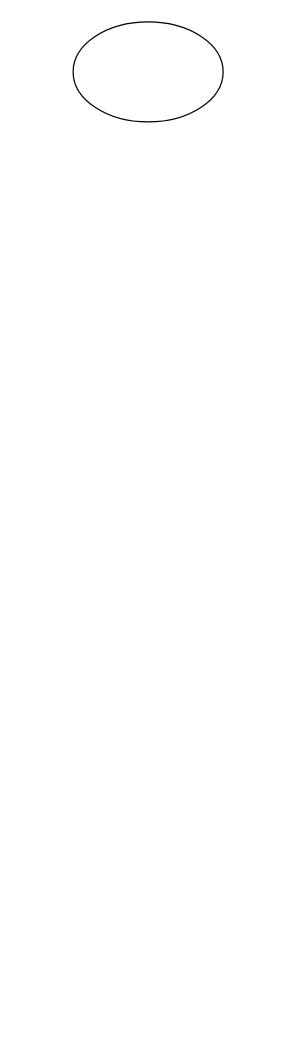
This is Diagrama sin título.drawio from Zapta123/Metodolog-a-de-la-programaci-n-, a draw.io file, before an edit. Source tidied: cells renumbered, new cells numbered last; positions are measured from the earlier drawing's top-left corner, leaving out a move shared by most shapes. Both pictures are drawn from the tidied source at 125%, with x=0, y=0 at pixel (72, 21).
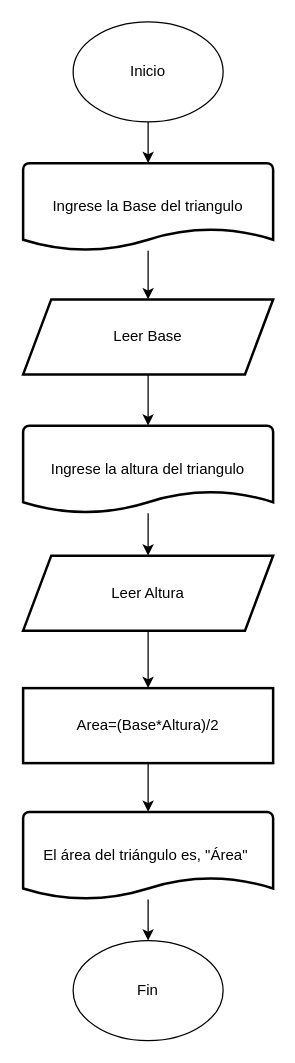
The same diagram, later.

Commit message (it also covers changes not shown here):
Ejercicio 1: Cálculo del área de un triángulo.drawio

Diff of the diagram source:
```diff
@@
 <mxGraphModel>
   <root>
     <mxCell id="0" />
     <mxCell id="1" parent="0" />
+    <mxCell id="3" style="edgeStyle=orthogonalEdgeStyle;rounded=0;jettySize=auto;html=1;" parent="1" edge="1" source="2" target="5">
+      <mxGeometry relative="1" as="geometry" />
+    </mxCell>
-    <mxCell id="2" style="ellipse;whiteSpace=wrap;html=1;" parent="1" vertex="1">
+    <mxCell id="2" value="Inicio" style="ellipse;whiteSpace=wrap;html=1;" parent="1" vertex="1">
       <mxGeometry width="120" height="80" as="geometry" />
     </mxCell>
+    <mxCell id="4" style="edgeStyle=orthogonalEdgeStyle;rounded=0;jettySize=auto;html=1;" parent="1" edge="1" source="5" target="7">
+      <mxGeometry relative="1" as="geometry" />
+    </mxCell>
+    <mxCell id="5" value="Ingrese la Base del triangulo" style="strokeWidth=2;html=1;shape=mxgraph.flowchart.document2;whiteSpace=wrap;size=0.25;" parent="1" vertex="1">
+      <mxGeometry x="-40" y="113" width="200" height="70" as="geometry" />
+    </mxCell>
+    <mxCell id="6" style="edgeStyle=orthogonalEdgeStyle;rounded=0;jettySize=auto;html=1;" parent="1" edge="1" source="7" target="9">
+      <mxGeometry relative="1" as="geometry" />
+    </mxCell>
+    <mxCell id="7" value="Leer Base" style="shape=parallelogram;html=1;strokeWidth=2;perimeter=parallelogramPerimeter;whiteSpace=wrap;rounded=1;arcSize=0;size=0.11249999999999999;" parent="1" vertex="1">
+      <mxGeometry x="-40" y="222" width="200" height="60" as="geometry" />
+    </mxCell>
+    <mxCell id="8" style="edgeStyle=orthogonalEdgeStyle;rounded=0;jettySize=auto;html=1;" parent="1" edge="1" source="9" target="11">
+      <mxGeometry relative="1" as="geometry" />
+    </mxCell>
+    <mxCell id="9" value="Ingrese la altura del triangulo" style="strokeWidth=2;html=1;shape=mxgraph.flowchart.document2;whiteSpace=wrap;size=0.25;" parent="1" vertex="1">
+      <mxGeometry x="-40" y="323" width="200" height="70" as="geometry" />
+    </mxCell>
+    <mxCell id="10" style="edgeStyle=orthogonalEdgeStyle;rounded=0;jettySize=auto;html=1;" parent="1" edge="1" source="11" target="13">
+      <mxGeometry relative="1" as="geometry" />
+    </mxCell>
+    <mxCell id="11" value="Leer Altura" style="shape=parallelogram;html=1;strokeWidth=2;perimeter=parallelogramPerimeter;whiteSpace=wrap;rounded=1;arcSize=0;size=0.11249999999999999;" parent="1" vertex="1">
+      <mxGeometry x="-40" y="427" width="200" height="60" as="geometry" />
+    </mxCell>
+    <mxCell id="12" style="edgeStyle=orthogonalEdgeStyle;rounded=0;jettySize=auto;html=1;" parent="1" edge="1" source="13" target="15">
+      <mxGeometry relative="1" as="geometry" />
+    </mxCell>
+    <mxCell id="13" value="Area=(Base*Altura)/2" style="rounded=1;whiteSpace=wrap;html=1;absoluteArcSize=1;arcSize=0;strokeWidth=2;" parent="1" vertex="1">
+      <mxGeometry x="-40" y="533" width="200" height="60" as="geometry" />
+    </mxCell>
+    <mxCell id="14" style="edgeStyle=orthogonalEdgeStyle;rounded=0;jettySize=auto;html=1;" parent="1" edge="1" source="15" target="16">
+      <mxGeometry relative="1" as="geometry" />
+    </mxCell>
+    <mxCell id="15" value="El área del triángulo es, &quot;Área&quot;&amp;nbsp;" style="strokeWidth=2;html=1;shape=mxgraph.flowchart.document2;whiteSpace=wrap;size=0.25;" parent="1" vertex="1">
+      <mxGeometry x="-40" y="632" width="200" height="70" as="geometry" />
+    </mxCell>
+    <mxCell id="16" value="Fin" style="ellipse;whiteSpace=wrap;html=1;" parent="1" vertex="1">
+      <mxGeometry y="735" width="120" height="80" as="geometry" />
+    </mxCell>
   </root>
 </mxGraphModel>
```
